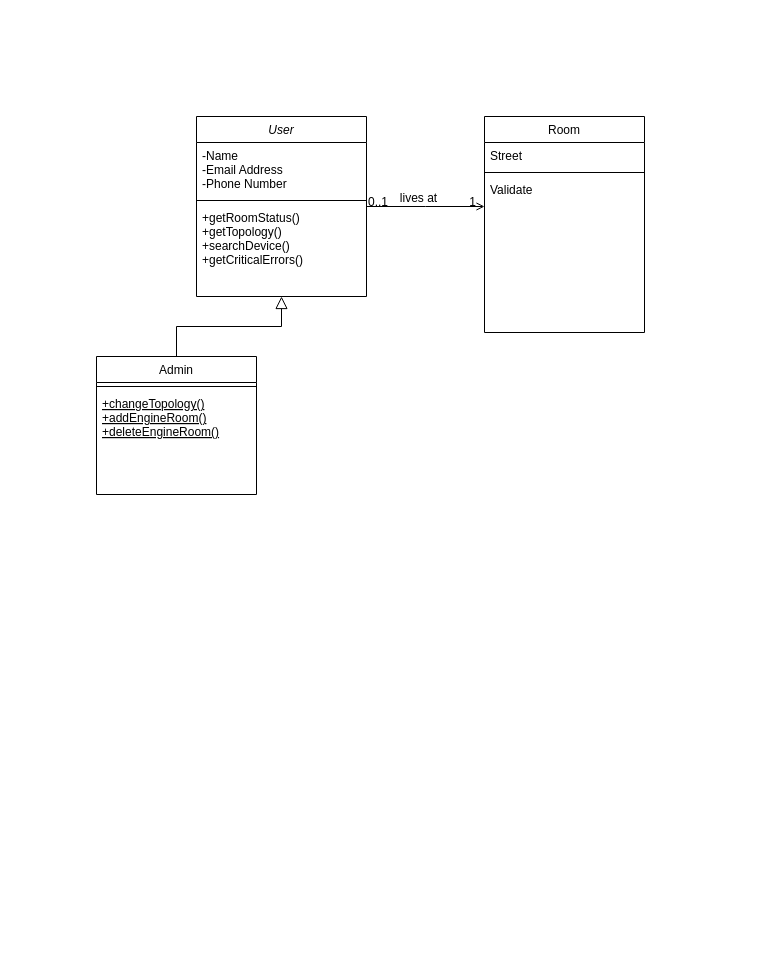
Above: Diagram2.drawio in sophiiako/unik (draw.io), before the change. Source tidied: cells renumbered, new cells numbered last; positions are measured from the earlier drawing's top-left corner, leaving out a move shared by most shapes. Both pictures are drawn from the tidied source at 100%, with x=0, y=0 at pixel (96, 116).
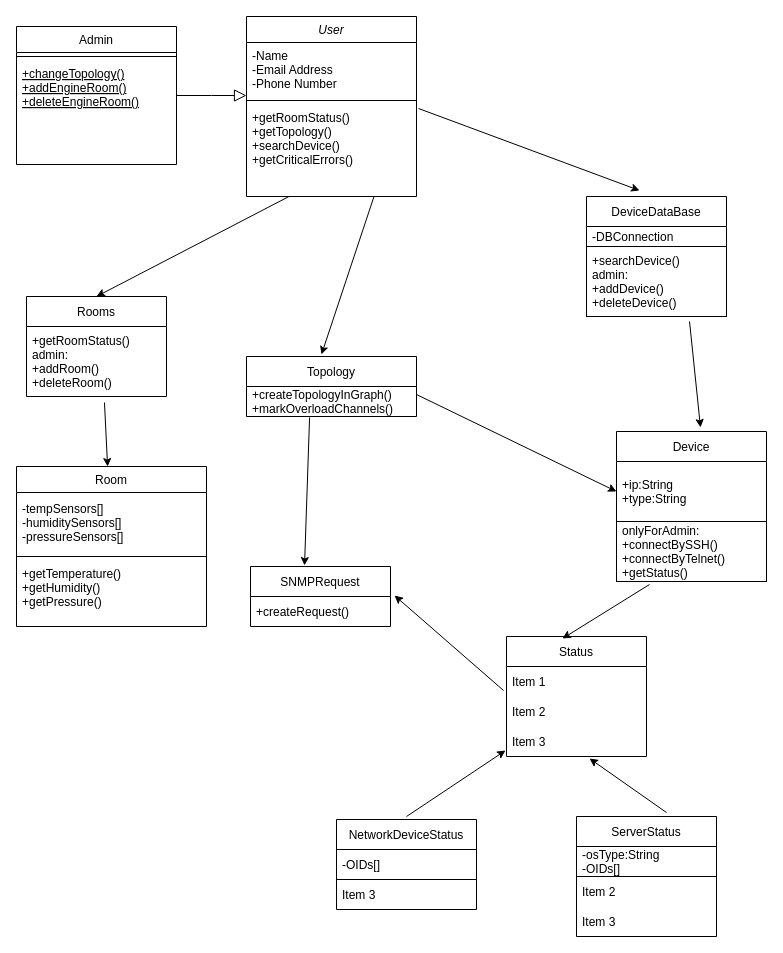
Above is the later version.

Unchanged cells that the change refers to:
```xml
<mxCell id="5" value="+getRoomStatus()&#10;+getTopology()&#10;+searchDevice()&#10;+getCriticalErrors()" style="text;align=left;verticalAlign=top;spacingLeft=4;spacingRight=4;overflow=hidden;points=[[0,0.5],[1,0.5]];portConstraint=eastwest;" parent="2" vertex="1">
  <mxGeometry y="88" width="170" height="68" as="geometry" />
</mxCell>
```

The edit, as a diff of the source:
```diff
@@
     <mxCell id="2" value="User" style="swimlane;fontStyle=2;align=center;verticalAlign=top;horizontal=1;startSize=26;rounded=0;shadow=0;strokeWidth=1;" parent="1" vertex="1">
-      <mxGeometry x="100" width="170" height="180" as="geometry" />
+      <mxGeometry x="150" y="-100" width="170" height="180" as="geometry" />
     </mxCell>
@@
     <mxCell id="6" value="Admin" style="swimlane;fontStyle=0;align=center;verticalAlign=top;horizontal=1;startSize=26;rounded=0;shadow=0;strokeWidth=1;" parent="1" vertex="1">
-      <mxGeometry y="240" width="160" height="138" as="geometry" />
+      <mxGeometry x="-80" y="-90" width="160" height="138" as="geometry" />
     </mxCell>
@@
     <mxCell id="10" value="Room" style="swimlane;fontStyle=0;align=center;verticalAlign=top;horizontal=1;startSize=26;rounded=0;shadow=0;strokeWidth=1;" parent="1" vertex="1">
-      <mxGeometry x="388" width="160" height="216" as="geometry" />
+      <mxGeometry x="-80" y="350" width="190" height="160" as="geometry" />
     </mxCell>
-    <mxCell id="11" value="Street" style="text;align=left;verticalAlign=top;spacingLeft=4;spacingRight=4;overflow=hidden;" parent="10" vertex="1">
-      <mxGeometry y="26" width="160" height="26" as="geometry" />
-    </mxCell>
+    <mxCell id="18" value="-tempSensors[]&#10;-humiditySensors[]&#10;-pressureSensors[]" style="text;strokeColor=none;fillColor=none;align=left;verticalAlign=middle;spacingLeft=4;spacingRight=4;overflow=hidden;" parent="10" vertex="1">
+      <mxGeometry y="26" width="190" height="60" as="geometry" />
+    </mxCell>
     <mxCell id="12" style="line;html=1;strokeWidth=1;align=left;verticalAlign=middle;spacingTop=-1;spacingLeft=3;spacingRight=3;labelPosition=right;" parent="10" vertex="1">
-      <mxGeometry y="52" width="160" height="8" as="geometry" />
+      <mxGeometry y="86" width="190" height="8" as="geometry" />
     </mxCell>
-    <mxCell id="13" value="Validate" style="text;align=left;verticalAlign=top;spacingLeft=4;spacingRight=4;overflow=hidden;" parent="10" vertex="1">
-      <mxGeometry y="60" width="160" height="26" as="geometry" />
+    <mxCell id="13" value="+getTemperature()&#10;+getHumidity()&#10;+getPressure()" style="text;align=left;verticalAlign=top;spacingLeft=4;spacingRight=4;overflow=hidden;" parent="10" vertex="1">
+      <mxGeometry y="94" width="190" height="60" as="geometry" />
     </mxCell>
-    <mxCell id="14" style="endArrow=open;shadow=0;strokeWidth=1;rounded=0;endFill=1;edgeStyle=elbowEdgeStyle;elbow=vertical;" parent="1" edge="1" source="2" target="10">
-      <mxGeometry x="0.5" y="41" relative="1" as="geometry">
-        <mxPoint x="-40" y="32" as="offset" />
-      </mxGeometry>
-    </mxCell>
-    <mxCell id="15" value="0..1" style="align=left;verticalAlign=bottom;labelBackgroundColor=none;fontSize=12;" parent="14" vertex="1">
-      <mxGeometry x="-1" relative="1" as="geometry">
-        <mxPoint y="4" as="offset" />
-      </mxGeometry>
-    </mxCell>
-    <mxCell id="16" value="1" style="align=right;verticalAlign=bottom;labelBackgroundColor=none;fontSize=12;" parent="14" vertex="1">
-      <mxGeometry x="1" relative="1" as="geometry">
-        <mxPoint x="-7" y="4" as="offset" />
-      </mxGeometry>
-    </mxCell>
-    <mxCell id="17" value="lives at" style="text;html=1;align=center;verticalAlign=middle;labelBackgroundColor=none;rounded=0;shadow=0;strokeWidth=1;fontSize=12;" parent="14" vertex="1">
-      <mxGeometry x="0.5" y="49" relative="1" as="geometry">
-        <mxPoint x="-38" y="40" as="offset" />
-      </mxGeometry>
-    </mxCell>
+    <mxCell id="19" value="Topology" style="swimlane;fontStyle=0;horizontal=1;startSize=30;" parent="1" vertex="1">
+      <mxGeometry x="150" y="240" width="170" height="60" as="geometry" />
+    </mxCell>
+    <mxCell id="20" value="+createTopologyInGraph()&#10;+markOverloadChannels()" style="text;strokeColor=none;fillColor=none;align=left;verticalAlign=middle;spacingLeft=4;spacingRight=4;overflow=hidden;points=[[0,0.5],[1,0.5]];portConstraint=eastwest;" parent="19" vertex="1">
+      <mxGeometry y="30" width="170" height="30" as="geometry" />
+    </mxCell>
+    <mxCell id="21" value="Device" style="swimlane;fontStyle=0;horizontal=1;startSize=30;" parent="1" vertex="1">
+      <mxGeometry x="520" y="315" width="150" height="150" as="geometry" />
+    </mxCell>
+    <mxCell id="22" value="+ip:String&#10;+type:String" style="text;strokeColor=none;fillColor=none;align=left;verticalAlign=middle;spacingLeft=4;spacingRight=4;overflow=hidden;points=[[0,0.5],[1,0.5]];portConstraint=eastwest;" parent="21" vertex="1">
+      <mxGeometry y="30" width="150" height="60" as="geometry" />
+    </mxCell>
+    <mxCell id="23" value="onlyForAdmin:&#10;+connectBySSH()&#10;+connectByTelnet()&#10;+getStatus()" style="text;strokeColor=default;fillColor=none;align=left;verticalAlign=middle;spacingLeft=4;spacingRight=4;overflow=hidden;points=[[0,0.5],[1,0.5]];portConstraint=eastwest;" parent="21" vertex="1">
+      <mxGeometry y="90" width="150" height="60" as="geometry" />
+    </mxCell>
+    <mxCell id="24" style="endArrow=classic;html=1;rounded=0;entryX=0.379;entryY=-0.05;entryDx=0;entryDy=0;entryPerimeter=0;exitX=1.012;exitY=0.059;exitDx=0;exitDy=0;exitPerimeter=0;" parent="1" edge="1" source="5" target="28">
+      <mxGeometry relative="1" as="geometry" />
+    </mxCell>
+    <mxCell id="25" value="Rooms" style="swimlane;fontStyle=0;horizontal=1;startSize=30;" parent="1" vertex="1">
+      <mxGeometry x="-70" y="180" width="140" height="100" as="geometry" />
+    </mxCell>
+    <mxCell id="26" value="+getRoomStatus()&#10;admin:&#10;+addRoom()&#10;+deleteRoom()" style="text;strokeColor=none;fillColor=none;align=left;verticalAlign=middle;spacingLeft=4;spacingRight=4;overflow=hidden;points=[[0,0.5],[1,0.5]];portConstraint=eastwest;" parent="25" vertex="1">
+      <mxGeometry y="30" width="140" height="70" as="geometry" />
+    </mxCell>
+    <mxCell id="27" style="endArrow=classic;html=1;rounded=0;exitX=0.557;exitY=1.086;exitDx=0;exitDy=0;exitPerimeter=0;" parent="1" edge="1" source="26" target="10">
+      <mxGeometry relative="1" as="geometry" />
+    </mxCell>
+    <mxCell id="28" value="DeviceDataBase" style="swimlane;fontStyle=0;horizontal=1;startSize=30;" parent="1" vertex="1">
+      <mxGeometry x="490" y="80" width="140" height="120" as="geometry" />
+    </mxCell>
+    <mxCell id="29" value="-DBConnection" style="text;strokeColor=none;fillColor=none;align=left;verticalAlign=middle;spacingLeft=4;spacingRight=4;overflow=hidden;" parent="28" vertex="1">
+      <mxGeometry y="30" width="140" height="20" as="geometry" />
+    </mxCell>
+    <mxCell id="30" value="+searchDevice()&#10;admin:&#10;+addDevice()&#10;+deleteDevice()" style="text;strokeColor=default;fillColor=none;align=left;verticalAlign=middle;spacingLeft=4;spacingRight=4;overflow=hidden;points=[[0,0.5],[1,0.5]];portConstraint=eastwest;" parent="28" vertex="1">
+      <mxGeometry y="50" width="140" height="70" as="geometry" />
+    </mxCell>
+    <mxCell id="31" value="SNMPRequest" style="swimlane;fontStyle=0;horizontal=1;startSize=30;" parent="1" vertex="1">
+      <mxGeometry x="154" y="450" width="140" height="60" as="geometry" />
+    </mxCell>
+    <mxCell id="32" value="+createRequest()" style="text;strokeColor=none;fillColor=none;align=left;verticalAlign=middle;spacingLeft=4;spacingRight=4;overflow=hidden;points=[[0,0.5],[1,0.5]];portConstraint=eastwest;" parent="31" vertex="1">
+      <mxGeometry y="30" width="140" height="30" as="geometry" />
+    </mxCell>
+    <mxCell id="33" style="endArrow=classic;html=1;rounded=0;entryX=0.441;entryY=-0.033;entryDx=0;entryDy=0;entryPerimeter=0;exitX=0.75;exitY=1;exitDx=0;exitDy=0;" parent="1" edge="1" source="2" target="19">
+      <mxGeometry relative="1" as="geometry" />
+    </mxCell>
+    <mxCell id="34" style="endArrow=classic;html=1;rounded=0;entryX=0;entryY=0.5;entryDx=0;entryDy=0;exitX=1;exitY=0.267;exitDx=0;exitDy=0;exitPerimeter=0;" parent="1" edge="1" source="20" target="22">
+      <mxGeometry relative="1" as="geometry" />
+    </mxCell>
+    <mxCell id="35" value="Status" style="swimlane;fontStyle=0;horizontal=1;startSize=30;strokeColor=default;" parent="1" vertex="1">
+      <mxGeometry x="410" y="520" width="140" height="120" as="geometry" />
+    </mxCell>
+    <mxCell id="36" value="Item 1" style="text;strokeColor=none;fillColor=none;align=left;verticalAlign=middle;spacingLeft=4;spacingRight=4;overflow=hidden;points=[[0,0.5],[1,0.5]];portConstraint=eastwest;" parent="35" vertex="1">
+      <mxGeometry y="30" width="140" height="30" as="geometry" />
+    </mxCell>
+    <mxCell id="37" value="Item 2" style="text;strokeColor=none;fillColor=none;align=left;verticalAlign=middle;spacingLeft=4;spacingRight=4;overflow=hidden;" parent="35" vertex="1">
+      <mxGeometry y="60" width="140" height="30" as="geometry" />
+    </mxCell>
+    <mxCell id="38" value="Item 3" style="text;strokeColor=none;fillColor=none;align=left;verticalAlign=middle;spacingLeft=4;spacingRight=4;overflow=hidden;points=[[0,0.5],[1,0.5]];portConstraint=eastwest;" parent="35" vertex="1">
+      <mxGeometry y="90" width="140" height="30" as="geometry" />
+    </mxCell>
+    <mxCell id="39" style="endArrow=classic;html=1;rounded=0;exitX=0.371;exitY=1.033;exitDx=0;exitDy=0;exitPerimeter=0;entryX=0.386;entryY=-0.017;entryDx=0;entryDy=0;entryPerimeter=0;" parent="1" edge="1" source="20" target="31">
+      <mxGeometry relative="1" as="geometry" />
+    </mxCell>
+    <mxCell id="40" style="endArrow=classic;html=1;rounded=0;exitX=0.25;exitY=1;exitDx=0;exitDy=0;entryX=0.5;entryY=0;entryDx=0;entryDy=0;" parent="1" edge="1" source="2" target="25">
+      <mxGeometry relative="1" as="geometry" />
+    </mxCell>
+    <mxCell id="41" style="endArrow=classic;html=1;rounded=0;exitX=0.736;exitY=1.071;exitDx=0;exitDy=0;exitPerimeter=0;entryX=0.56;entryY=-0.027;entryDx=0;entryDy=0;entryPerimeter=0;" parent="1" edge="1" source="30" target="21">
+      <mxGeometry relative="1" as="geometry" />
+    </mxCell>
+    <mxCell id="42" style="endArrow=classic;html=1;rounded=0;exitX=0.22;exitY=1.05;exitDx=0;exitDy=0;exitPerimeter=0;entryX=0.4;entryY=0.017;entryDx=0;entryDy=0;entryPerimeter=0;" parent="1" edge="1" source="23" target="35">
+      <mxGeometry relative="1" as="geometry" />
+    </mxCell>
+    <mxCell id="43" value="NetworkDeviceStatus" style="swimlane;fontStyle=0;horizontal=1;startSize=30;strokeColor=default;" parent="1" vertex="1">
+      <mxGeometry x="240" y="703" width="140" height="90" as="geometry" />
+    </mxCell>
+    <mxCell id="44" value="-OIDs[]" style="text;strokeColor=default;fillColor=none;align=left;verticalAlign=middle;spacingLeft=4;spacingRight=4;overflow=hidden;" parent="43" vertex="1">
+      <mxGeometry y="30" width="140" height="30" as="geometry" />
+    </mxCell>
+    <mxCell id="45" value="Item 3" style="text;strokeColor=none;fillColor=none;align=left;verticalAlign=middle;spacingLeft=4;spacingRight=4;overflow=hidden;" parent="43" vertex="1">
+      <mxGeometry y="60" width="140" height="30" as="geometry" />
+    </mxCell>
+    <mxCell id="46" value="ServerStatus" style="swimlane;fontStyle=0;horizontal=1;startSize=30;strokeColor=default;" parent="1" vertex="1">
+      <mxGeometry x="480" y="700" width="140" height="120" as="geometry" />
+    </mxCell>
+    <mxCell id="47" value="-osType:String&#10;-OIDs[]" style="text;strokeColor=default;fillColor=none;align=left;verticalAlign=middle;spacingLeft=4;spacingRight=4;overflow=hidden;" parent="46" vertex="1">
+      <mxGeometry y="30" width="140" height="30" as="geometry" />
+    </mxCell>
+    <mxCell id="48" value="Item 2" style="text;strokeColor=none;fillColor=none;align=left;verticalAlign=middle;spacingLeft=4;spacingRight=4;overflow=hidden;" parent="46" vertex="1">
+      <mxGeometry y="60" width="140" height="30" as="geometry" />
+    </mxCell>
+    <mxCell id="49" value="Item 3" style="text;strokeColor=none;fillColor=none;align=left;verticalAlign=middle;spacingLeft=4;spacingRight=4;overflow=hidden;" parent="46" vertex="1">
+      <mxGeometry y="90" width="140" height="30" as="geometry" />
+    </mxCell>
+    <mxCell id="50" style="endArrow=classic;html=1;rounded=0;entryX=-0.007;entryY=0.8;entryDx=0;entryDy=0;entryPerimeter=0;" parent="1" edge="1" target="38">
+      <mxGeometry relative="1" as="geometry">
+        <mxPoint x="310" y="700" as="sourcePoint" />
+      </mxGeometry>
+    </mxCell>
+    <mxCell id="51" style="endArrow=classic;html=1;rounded=0;exitX=0.643;exitY=-0.033;exitDx=0;exitDy=0;exitPerimeter=0;entryX=0.593;entryY=1.067;entryDx=0;entryDy=0;entryPerimeter=0;" parent="1" edge="1" source="46" target="38">
+      <mxGeometry relative="1" as="geometry" />
+    </mxCell>
+    <mxCell id="52" style="endArrow=classic;html=1;rounded=0;exitX=-0.021;exitY=0.8;exitDx=0;exitDy=0;exitPerimeter=0;entryX=1.029;entryY=-0.033;entryDx=0;entryDy=0;entryPerimeter=0;" parent="1" edge="1" source="36" target="32">
+      <mxGeometry relative="1" as="geometry" />
+    </mxCell>
```
